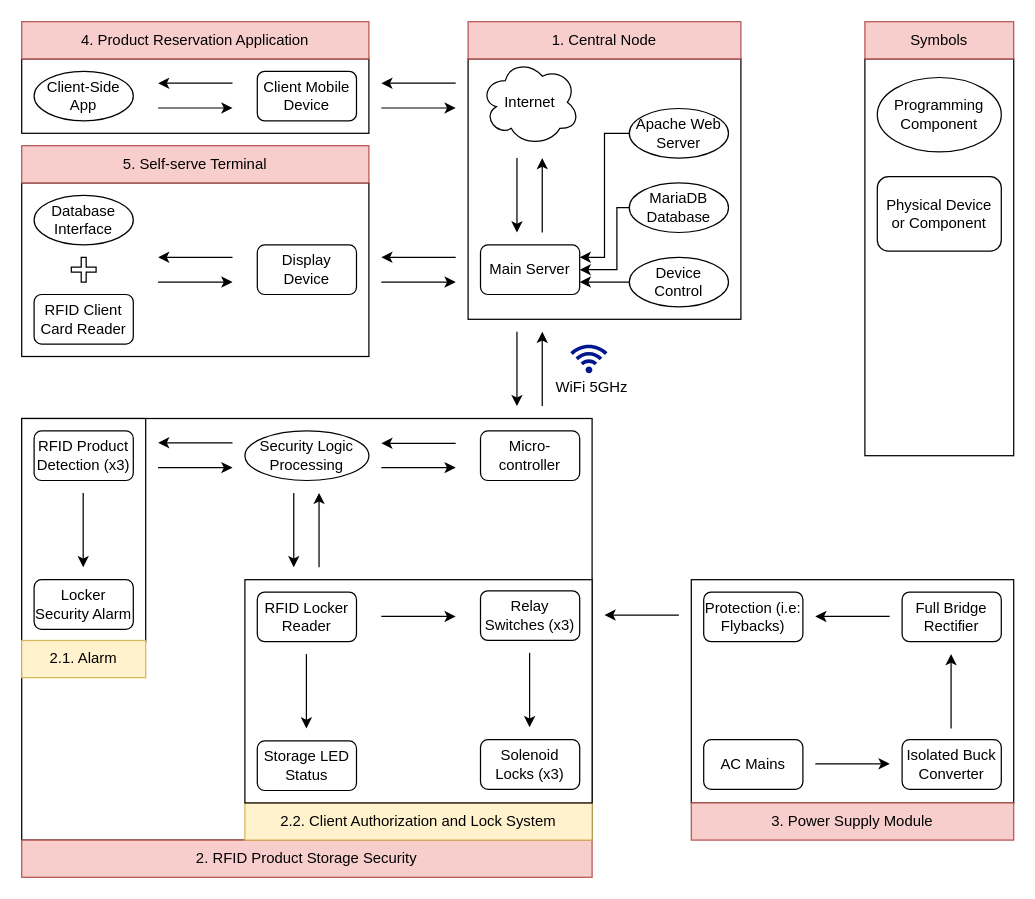
vchuuba/realeGugoal keeps this draw.io diagram as Diagramme sans nom.drawio. Above is the earlier version. Source tidied: cells renumbered, new cells numbered last; positions are measured from the earlier drawing's top-left corner, leaving out a move shared by most shapes. Both pictures are drawn from the tidied source at 124%, with x=0, y=0 at pixel (21, 21).
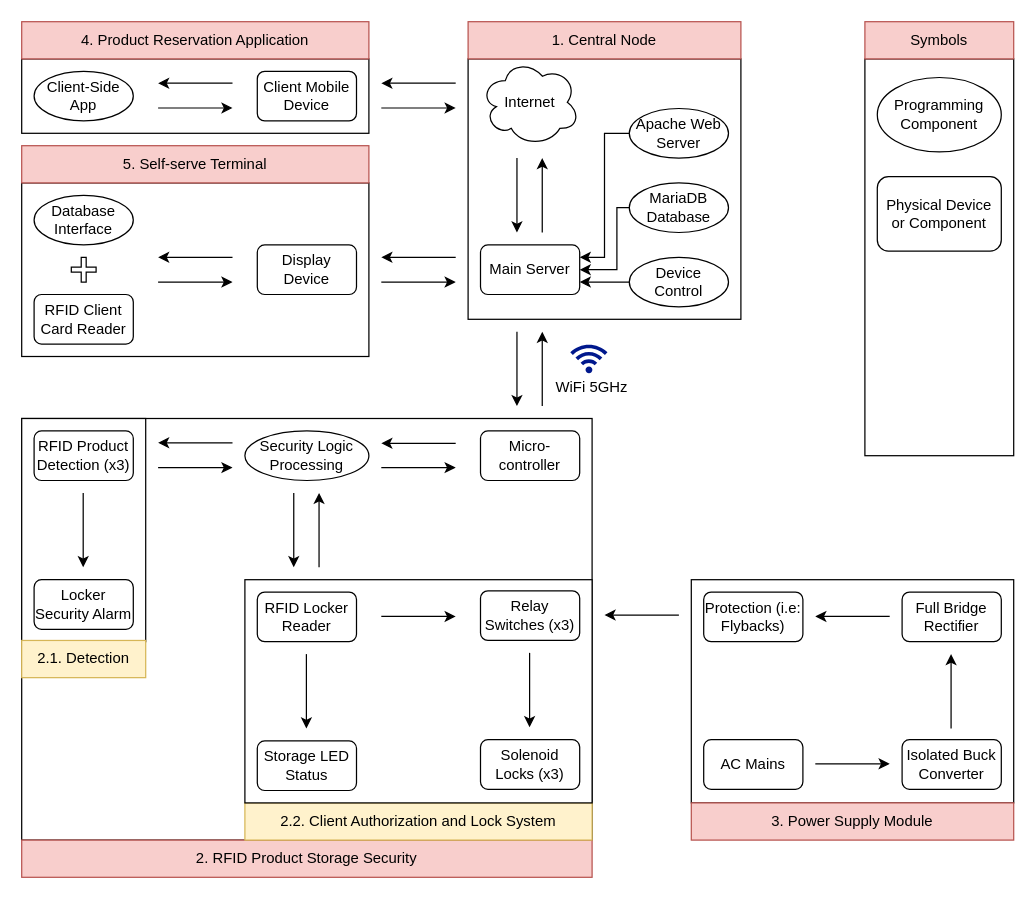
Above is the later version.

Commit message:
Mettre à jour Diagramme sans nom.drawio

Diff of the diagram source:
```diff
@@
-    <mxCell id="74" value="2.1. Alarm" style="text;html=1;whiteSpace=wrap;strokeColor=#d6b656;fillColor=#fff2cc;align=center;verticalAlign=middle;rounded=0;" parent="1" vertex="1">
+    <mxCell id="74" value="&lt;div&gt;2.1. Detection&lt;/div&gt;" style="text;html=1;whiteSpace=wrap;strokeColor=#d6b656;fillColor=#fff2cc;align=center;verticalAlign=middle;rounded=0;" parent="1" vertex="1">
       <mxGeometry y="499" width="100" height="30" as="geometry" />
     </mxCell>
```
